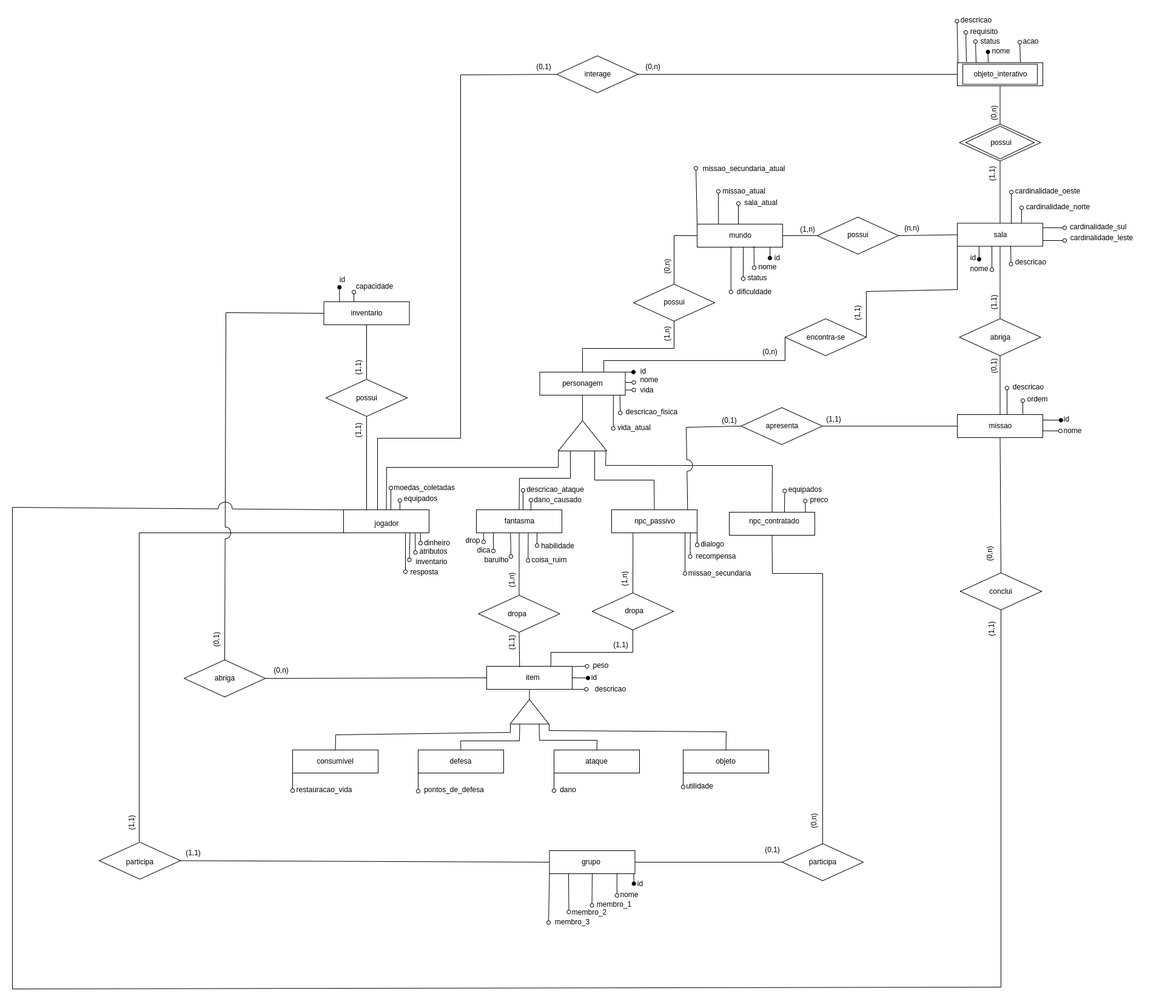
The draw.io diagram docs/Modulo1/assets/DER.drawio.png in SBD1/2024-1---Ghost-Busters, before a commit. Source tidied: cells renumbered, new cells last; positions are measured from the earlier drawing's top-left corner, leaving out a move shared by most shapes.
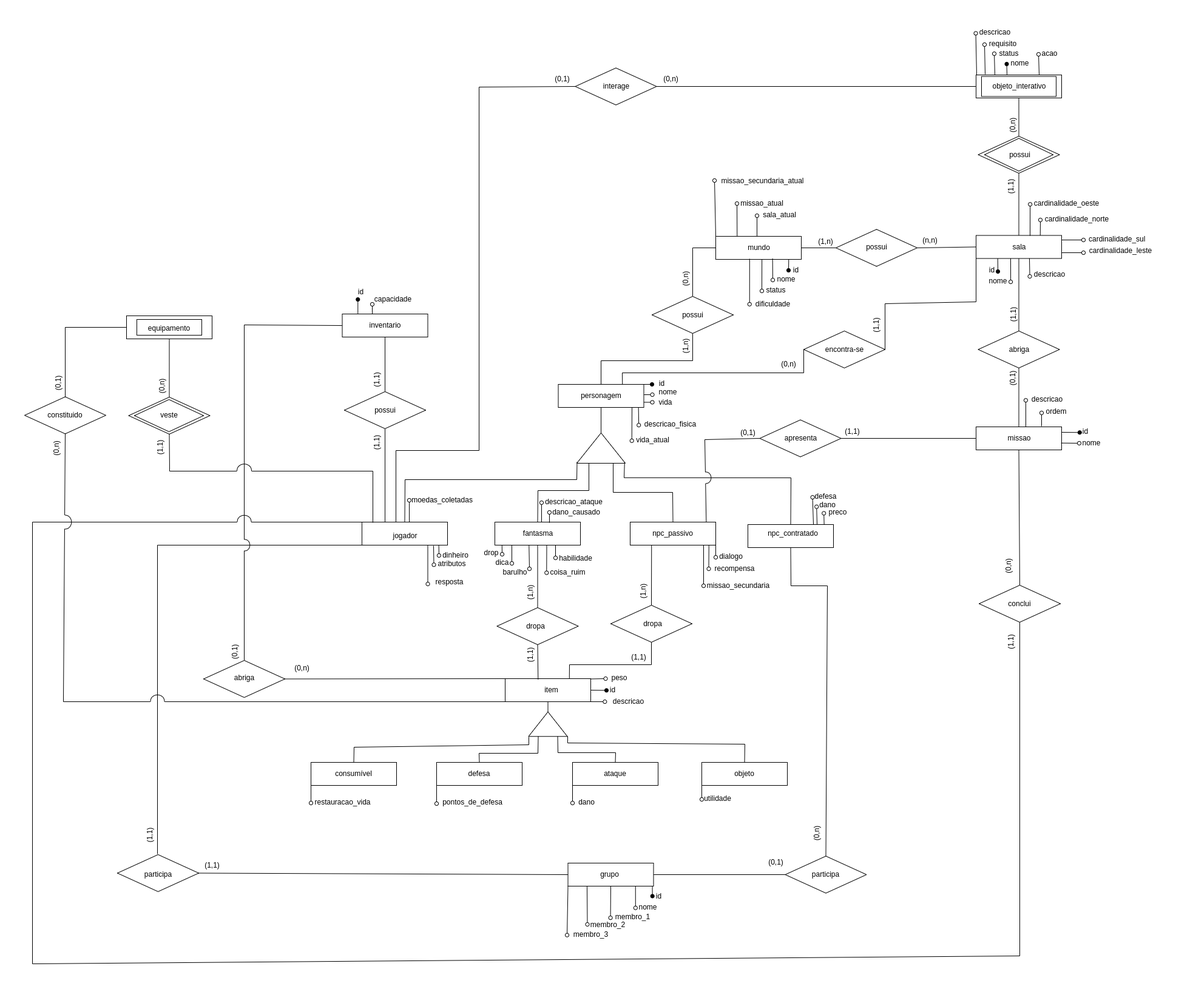
After the commit.

Commit message:
Atualização DER

Change to the diagram source:
```diff
@@ -2,6 +2,18 @@
   <root>
     <mxCell id="0" />
     <mxCell id="1" parent="0" />
+    <mxCell id="248" style="rhombus;whiteSpace=wrap;html=1;labelBackgroundColor=none;" parent="1" vertex="1">
+      <mxGeometry x="161.5" y="614" width="134" height="61" as="geometry" />
+    </mxCell>
+    <mxCell id="249" style="rhombus;whiteSpace=wrap;html=1;labelBackgroundColor=none;" parent="1" vertex="1">
+      <mxGeometry x="171" y="618" width="114" height="53" as="geometry" />
+    </mxCell>
+    <mxCell id="250" style="rounded=0;whiteSpace=wrap;html=1;labelBackgroundColor=none;" parent="1" vertex="1">
+      <mxGeometry x="158" y="480" width="141" height="38" as="geometry" />
+    </mxCell>
+    <mxCell id="251" style="rounded=0;whiteSpace=wrap;html=1;labelBackgroundColor=none;" parent="1" vertex="1">
+      <mxGeometry x="175" y="486" width="107" height="26" as="geometry" />
+    </mxCell>
     <mxCell id="2" style="rhombus;whiteSpace=wrap;html=1;labelBackgroundColor=none;" parent="1" vertex="1">
       <mxGeometry x="1561.5" y="184" width="134" height="61" as="geometry" />
     </mxCell>
@@ -136,13 +148,13 @@
       <mxGeometry x="768.5" y="961" width="134" height="61" as="geometry" />
     </mxCell>
     <mxCell id="39" style="rhombus;whiteSpace=wrap;html=1;labelBackgroundColor=none;" parent="1" vertex="1">
-      <mxGeometry x="1269" y="1370.5" width="134" height="61" as="geometry" />
+      <mxGeometry x="1243.5" y="1370.5" width="134" height="61" as="geometry" />
     </mxCell>
     <mxCell id="40" style="rhombus;whiteSpace=wrap;html=1;labelBackgroundColor=none;" parent="1" vertex="1">
       <mxGeometry x="143" y="1368" width="134" height="61" as="geometry" />
     </mxCell>
     <mxCell id="41" style="rhombus;whiteSpace=wrap;html=1;labelBackgroundColor=none;" parent="1" vertex="1">
-      <mxGeometry x="283" y="1067.5" width="134" height="61" as="geometry" />
+      <mxGeometry x="285" y="1048" width="134" height="61" as="geometry" />
     </mxCell>
     <mxCell id="42" style="rhombus;whiteSpace=wrap;html=1;labelBackgroundColor=none;" parent="1" vertex="1">
       <mxGeometry x="517" y="605" width="134" height="61" as="geometry" />
@@ -172,10 +184,10 @@
       <mxGeometry x="178.5" y="1388" width="63" height="26" as="geometry" />
     </mxCell>
     <mxCell id="51" value="participa" style="text;html=1;align=center;verticalAlign=middle;strokeColor=none;fillColor=none;labelBackgroundColor=none;" parent="1" vertex="1">
-      <mxGeometry x="1304.5" y="1388" width="63" height="26" as="geometry" />
+      <mxGeometry x="1279" y="1388" width="63" height="26" as="geometry" />
     </mxCell>
     <mxCell id="52" value="abriga" style="text;html=1;align=center;verticalAlign=middle;strokeColor=none;fillColor=none;labelBackgroundColor=none;" parent="1" vertex="1">
-      <mxGeometry x="324.5" y="1085" width="51" height="26" as="geometry" />
+      <mxGeometry x="326.5" y="1064" width="51" height="26" as="geometry" />
     </mxCell>
     <mxCell id="53" style="endArrow=none;html=1;rounded=0;entryX=0.5;entryY=1;entryDx=0;entryDy=0;exitX=0.5;exitY=0;exitDx=0;exitDy=0;labelBackgroundColor=none;fontColor=default;" parent="1" edge="1" source="38" target="9">
       <mxGeometry relative="1" as="geometry" />
@@ -195,7 +207,7 @@
     <mxCell id="56" style="endArrow=none;html=1;rounded=0;entryX=0.5;entryY=1;entryDx=0;entryDy=0;exitX=0.5;exitY=0;exitDx=0;exitDy=0;labelBackgroundColor=none;fontColor=default;" parent="1" edge="1" source="39" target="11">
       <mxGeometry relative="1" as="geometry">
         <Array as="points">
-          <mxPoint x="1336" y="925" />
+          <mxPoint x="1313" y="925" />
           <mxPoint x="1253" y="925" />
         </Array>
       </mxGeometry>
@@ -215,7 +227,7 @@
         </Array>
       </mxGeometry>
     </mxCell>
-    <mxCell id="60" style="endArrow=none;html=1;rounded=0;entryX=0;entryY=0.5;entryDx=0;entryDy=0;exitX=1;exitY=0.5;exitDx=0;exitDy=0;jumpStyle=arc;jumpSize=25;labelBackgroundColor=none;fontColor=default;" parent="1" edge="1" source="41" target="12">
+    <mxCell id="60" style="endArrow=none;html=1;rounded=0;entryX=0;entryY=0;entryDx=0;entryDy=0;exitX=1;exitY=0.5;exitDx=0;exitDy=0;jumpStyle=arc;jumpSize=25;labelBackgroundColor=none;fontColor=default;" parent="1" edge="1" source="41" target="12">
       <mxGeometry relative="1" as="geometry" />
     </mxCell>
     <mxCell id="61" value="possui" style="text;html=1;align=center;verticalAlign=middle;strokeColor=none;fillColor=none;labelBackgroundColor=none;" parent="1" vertex="1">
@@ -325,12 +337,6 @@
     <mxCell id="87" value="atributos" style="text;html=1;align=center;verticalAlign=middle;points=[];strokeColor=none;fillColor=none;labelBackgroundColor=none;" parent="1" vertex="1">
       <mxGeometry x="662" y="876" width="64" height="26" as="geometry" />
     </mxCell>
-    <mxCell id="88" value="equipados" style="text;html=1;align=center;verticalAlign=middle;points=[];strokeColor=none;fillColor=none;labelBackgroundColor=none;" parent="1" vertex="1">
-      <mxGeometry x="636.5" y="789" width="73" height="26" as="geometry" />
-    </mxCell>
-    <mxCell id="89" value="inventario" style="text;html=1;align=center;verticalAlign=middle;strokeColor=none;fillColor=none;labelBackgroundColor=none;" parent="1" vertex="1">
-      <mxGeometry x="656" y="893" width="70" height="26" as="geometry" />
-    </mxCell>
     <mxCell id="90" value="moedas_coletadas" style="text;html=1;align=center;verticalAlign=middle;points=[];strokeColor=none;fillColor=none;labelBackgroundColor=none;" parent="1" vertex="1">
       <mxGeometry x="619" y="771" width="119" height="26" as="geometry" />
     </mxCell>
@@ -338,19 +344,13 @@
       <mxGeometry x="669" y="862" width="61" height="26" as="geometry" />
     </mxCell>
     <mxCell id="92" value="resposta" style="text;html=1;align=center;verticalAlign=middle;strokeColor=none;fillColor=none;labelBackgroundColor=none;" parent="1" vertex="1">
-      <mxGeometry x="646.5" y="910" width="64" height="26" as="geometry" />
+      <mxGeometry x="658" y="906" width="64" height="26" as="geometry" />
     </mxCell>
     <mxCell id="93" style="endArrow=none;html=1;rounded=0;startArrow=oval;startFill=0;exitX=0.039;exitY=0.55;exitDx=0;exitDy=0;exitPerimeter=0;labelBackgroundColor=none;fontColor=default;" parent="1" edge="1" source="87">
       <mxGeometry relative="1" as="geometry">
         <mxPoint x="664" y="859" as="targetPoint" />
       </mxGeometry>
     </mxCell>
-    <mxCell id="94" style="endArrow=none;html=1;rounded=0;startArrow=oval;startFill=0;exitX=0.043;exitY=0.502;exitDx=0;exitDy=0;exitPerimeter=0;labelBackgroundColor=none;fontColor=default;" parent="1" edge="1">
-      <mxGeometry relative="1" as="geometry">
-        <mxPoint x="654.5" y="902.5" as="sourcePoint" />
-        <mxPoint x="655.5" y="857.5" as="targetPoint" />
-      </mxGeometry>
-    </mxCell>
     <mxCell id="95" style="endArrow=none;html=1;rounded=0;startArrow=oval;startFill=0;labelBackgroundColor=none;fontColor=default;" parent="1" edge="1">
       <mxGeometry relative="1" as="geometry">
         <mxPoint x="672.9" y="875" as="sourcePoint" />
@@ -362,11 +362,6 @@
         <mxPoint x="624" y="820" as="targetPoint" />
       </mxGeometry>
     </mxCell>
-    <mxCell id="97" style="endArrow=none;html=1;rounded=0;startArrow=oval;startFill=0;exitX=0.032;exitY=0.595;exitDx=0;exitDy=0;exitPerimeter=0;labelBackgroundColor=none;fontColor=default;" parent="1" edge="1" source="88">
-      <mxGeometry relative="1" as="geometry">
-        <mxPoint x="639" y="820" as="targetPoint" />
-      </mxGeometry>
-    </mxCell>
     <mxCell id="98" value="habilidade" style="text;html=1;align=center;verticalAlign=middle;strokeColor=none;fillColor=none;labelBackgroundColor=none;" parent="1" vertex="1">
       <mxGeometry x="862" y="867" width="73" height="26" as="geometry" />
     </mxCell>
@@ -450,20 +445,12 @@
         <mxPoint x="1129" y="858" as="targetPoint" />
       </mxGeometry>
     </mxCell>
-    <mxCell id="118" value="equipados" style="text;html=1;align=center;verticalAlign=middle;points=[];strokeColor=none;fillColor=none;" parent="1" vertex="1">
-      <mxGeometry x="1270" y="774" width="73" height="26" as="geometry" />
-    </mxCell>
     <mxCell id="119" value="preco" style="text;html=1;align=center;verticalAlign=middle;points=[];strokeColor=none;fillColor=none;" parent="1" vertex="1">
       <mxGeometry x="1306" y="791" width="48" height="26" as="geometry" />
     </mxCell>
     <mxCell id="120" style="endArrow=none;html=1;rounded=0;startArrow=oval;startFill=0;entryX=0.891;entryY=-0.013;entryDx=0;entryDy=0;labelBackgroundColor=none;fontColor=default;exitX=0.025;exitY=0.555;exitDx=0;exitDy=0;exitPerimeter=0;entryPerimeter=0;" parent="1" edge="1" source="119" target="11">
       <mxGeometry relative="1" as="geometry" />
     </mxCell>
-    <mxCell id="121" style="endArrow=none;html=1;rounded=0;startArrow=oval;startFill=0;labelBackgroundColor=none;fontColor=default;exitX=0.046;exitY=0.568;exitDx=0;exitDy=0;exitPerimeter=0;" parent="1" edge="1" source="118">
-      <mxGeometry relative="1" as="geometry">
-        <mxPoint x="1273" y="824" as="targetPoint" />
-      </mxGeometry>
-    </mxCell>
     <mxCell id="122" value="id" style="text;html=1;align=center;verticalAlign=middle;points=[];strokeColor=none;fillColor=none;" parent="1" vertex="1">
       <mxGeometry x="945" y="1084" width="27" height="26" as="geometry" />
     </mxCell>
@@ -898,10 +885,10 @@
       <mxGeometry x="1160" y="660" width="43" height="26" as="geometry" />
     </mxCell>
     <mxCell id="226" value="(0,1)" style="text;html=1;align=center;verticalAlign=middle;strokeColor=none;fillColor=none;" parent="1" vertex="1">
-      <mxGeometry x="1231" y="1368" width="43" height="26" as="geometry" />
+      <mxGeometry x="1206.5" y="1368" width="43" height="26" as="geometry" />
     </mxCell>
     <mxCell id="227" value="(0,n)" style="text;html=1;align=center;verticalAlign=middle;strokeColor=none;fillColor=none;rotation=270;" parent="1" vertex="1">
-      <mxGeometry x="1300" y="1321" width="43" height="26" as="geometry" />
+      <mxGeometry x="1274" y="1320" width="43" height="26" as="geometry" />
     </mxCell>
     <mxCell id="228" value="(1,1)" style="text;html=1;align=center;verticalAlign=middle;strokeColor=none;fillColor=none;" parent="1" vertex="1">
       <mxGeometry x="277" y="1373" width="43" height="26" as="geometry" />
@@ -916,7 +903,7 @@
       <mxGeometry x="549" y="677" width="43" height="26" as="geometry" />
     </mxCell>
     <mxCell id="232" value="(0,n)" style="text;html=1;align=center;verticalAlign=middle;strokeColor=none;fillColor=none;" parent="1" vertex="1">
-      <mxGeometry x="422" y="1072" width="43" height="26" as="geometry" />
+      <mxGeometry x="425" y="1048" width="43" height="26" as="geometry" />
     </mxCell>
     <mxCell id="233" value="(0,1)" style="text;html=1;align=center;verticalAlign=middle;strokeColor=none;fillColor=none;rotation=270;" parent="1" vertex="1">
       <mxGeometry x="315" y="1022" width="43" height="26" as="geometry" />
@@ -950,16 +937,16 @@
     </mxCell>
     <mxCell id="243" style="endArrow=none;html=1;rounded=0;entryX=0.435;entryY=0.982;entryDx=0;entryDy=0;entryPerimeter=0;startArrow=oval;startFill=0;labelBackgroundColor=none;fontColor=default;" parent="1" edge="1">
       <mxGeometry relative="1" as="geometry">
-        <mxPoint x="648" y="922" as="sourcePoint" />
-        <mxPoint x="648" y="859" as="targetPoint" />
+        <mxPoint x="654.5" y="922" as="sourcePoint" />
+        <mxPoint x="654.5" y="859" as="targetPoint" />
       </mxGeometry>
     </mxCell>
     <mxCell id="244" style="endArrow=none;html=1;rounded=0;entryX=0;entryY=0;entryDx=0;entryDy=0;exitX=0.5;exitY=1;exitDx=0;exitDy=0;jumpStyle=arc;jumpSize=23;" parent="1" edge="1" source="242" target="8">
       <mxGeometry relative="1" as="geometry">
         <Array as="points">
-          <mxPoint x="1630" y="1607" />
-          <mxPoint y="1610" />
-          <mxPoint y="816" />
+          <mxPoint x="1630" y="1535" />
+          <mxPoint x="3" y="1548" />
+          <mxPoint x="3" y="820" />
         </Array>
       </mxGeometry>
     </mxCell>
@@ -972,5 +959,68 @@
     <mxCell id="247" value="(0,n)" style="text;html=1;align=center;verticalAlign=middle;strokeColor=none;fillColor=none;rotation=270;" parent="1" vertex="1">
       <mxGeometry x="1590.5" y="880" width="43" height="26" as="geometry" />
     </mxCell>
+    <mxCell id="252" style="endArrow=none;html=1;rounded=0;entryX=0.5;entryY=1;entryDx=0;entryDy=0;exitX=0.5;exitY=0;exitDx=0;exitDy=0;" parent="1" edge="1" source="248" target="250">
+      <mxGeometry relative="1" as="geometry" />
+    </mxCell>
+    <mxCell id="253" style="endArrow=none;html=1;rounded=0;exitX=0.5;exitY=1;exitDx=0;exitDy=0;jumpStyle=arc;jumpSize=24;" parent="1" edge="1" source="248">
+      <mxGeometry relative="1" as="geometry">
+        <mxPoint x="564" y="821" as="targetPoint" />
+        <Array as="points">
+          <mxPoint x="229" y="736" />
+          <mxPoint x="564" y="736" />
+        </Array>
+      </mxGeometry>
+    </mxCell>
+    <mxCell id="254" value="equipamento" style="text;html=1;align=center;verticalAlign=middle;strokeColor=none;fillColor=none;" parent="1" vertex="1">
+      <mxGeometry x="185" y="487.5" width="87" height="26" as="geometry" />
+    </mxCell>
+    <mxCell id="255" value="veste" style="text;html=1;align=center;verticalAlign=middle;strokeColor=none;fillColor=none;" parent="1" vertex="1">
+      <mxGeometry x="205" y="631" width="47" height="26" as="geometry" />
+    </mxCell>
+    <mxCell id="256" value="(0,n)" style="text;html=1;align=center;verticalAlign=middle;strokeColor=none;fillColor=none;rotation=270;" parent="1" vertex="1">
+      <mxGeometry x="195" y="584" width="43" height="26" as="geometry" />
+    </mxCell>
+    <mxCell id="257" value="(1,1)" style="text;html=1;align=center;verticalAlign=middle;strokeColor=none;fillColor=none;rotation=270;" parent="1" vertex="1">
+      <mxGeometry x="192" y="685" width="43" height="26" as="geometry" />
+    </mxCell>
+    <mxCell id="258" value="constituido" style="rhombus;whiteSpace=wrap;html=1;labelBackgroundColor=none;" parent="1" vertex="1">
+      <mxGeometry x="-10" y="613.5" width="134" height="61" as="geometry" />
+    </mxCell>
+    <mxCell id="259" style="endArrow=none;html=1;rounded=0;entryX=0;entryY=1;entryDx=0;entryDy=0;exitX=0.5;exitY=1;exitDx=0;exitDy=0;jumpStyle=arc;jumpSize=23;" parent="1" edge="1" source="258" target="12">
+      <mxGeometry relative="1" as="geometry">
+        <Array as="points">
+          <mxPoint x="54" y="1116" />
+        </Array>
+      </mxGeometry>
+    </mxCell>
+    <mxCell id="260" style="endArrow=none;html=1;rounded=0;entryX=0;entryY=0.5;entryDx=0;entryDy=0;exitX=0.5;exitY=0;exitDx=0;exitDy=0;" parent="1" edge="1" source="258" target="250">
+      <mxGeometry relative="1" as="geometry">
+        <Array as="points">
+          <mxPoint x="57" y="499" />
+        </Array>
+      </mxGeometry>
+    </mxCell>
+    <mxCell id="261" value="(0,1)" style="text;html=1;align=center;verticalAlign=middle;strokeColor=none;fillColor=none;rotation=270;" parent="1" vertex="1">
+      <mxGeometry x="24" y="579" width="43" height="26" as="geometry" />
+    </mxCell>
+    <mxCell id="262" value="(0,n)" style="text;html=1;align=center;verticalAlign=middle;strokeColor=none;fillColor=none;rotation=270;" parent="1" vertex="1">
+      <mxGeometry x="21" y="686.5" width="43" height="26" as="geometry" />
+    </mxCell>
+    <mxCell id="263" value="dano" style="text;html=1;align=center;verticalAlign=middle;points=[];strokeColor=none;fillColor=none;" parent="1" vertex="1">
+      <mxGeometry x="1290.5" y="779" width="45" height="26" as="geometry" />
+    </mxCell>
+    <mxCell id="264" value="defesa" style="text;html=1;align=center;verticalAlign=middle;points=[];strokeColor=none;fillColor=none;" parent="1" vertex="1">
+      <mxGeometry x="1283" y="765" width="54" height="26" as="geometry" />
+    </mxCell>
+    <mxCell id="265" style="endArrow=none;html=1;rounded=0;startArrow=oval;startFill=0;entryX=0.891;entryY=-0.013;entryDx=0;entryDy=0;labelBackgroundColor=none;fontColor=default;exitX=0.226;exitY=1.141;exitDx=0;exitDy=0;exitPerimeter=0;entryPerimeter=0;" parent="1" edge="1" source="264">
+      <mxGeometry relative="1" as="geometry">
+        <mxPoint x="1296" y="824" as="targetPoint" />
+      </mxGeometry>
+    </mxCell>
+    <mxCell id="266" style="endArrow=none;html=1;rounded=0;startArrow=oval;startFill=0;entryX=0.891;entryY=-0.013;entryDx=0;entryDy=0;labelBackgroundColor=none;fontColor=default;exitX=-0.043;exitY=0.004;exitDx=0;exitDy=0;exitPerimeter=0;entryPerimeter=0;" parent="1" edge="1" source="263">
+      <mxGeometry relative="1" as="geometry">
+        <mxPoint x="1290" y="824" as="targetPoint" />
+      </mxGeometry>
+    </mxCell>
   </root>
 </mxGraphModel>
```
